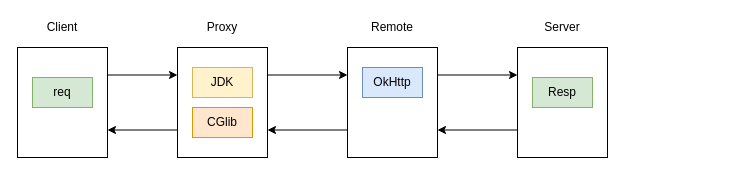
Before: jihe/rpc/oli-rpc.drawio in oliverschen/draw.io, a draw.io diagram. Source tidied: cells renumbered, new cells numbered last; positions are measured from the earlier drawing's top-left corner, leaving out a move shared by most shapes. Both pictures are drawn from the tidied source at 100%, with x=0, y=0 at pixel (17, 17).
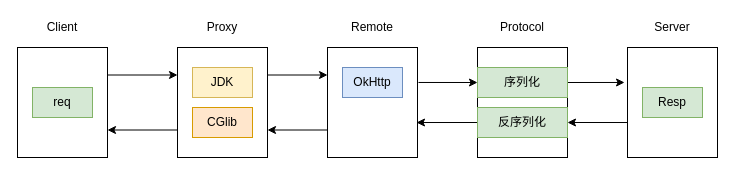
After the change.

The edit, as a diff of the source:
```diff
@@
+    <mxCell id="21" style="rounded=0;whiteSpace=wrap;html=1;" parent="1" vertex="1">
+      <mxGeometry x="460" y="30" width="90" height="110" as="geometry" />
+    </mxCell>
@@
     <mxCell id="4" value="req" style="rounded=0;whiteSpace=wrap;html=1;fillColor=#d5e8d4;strokeColor=#82b366;" parent="1" vertex="1">
-      <mxGeometry x="15" y="60" width="60" height="30" as="geometry" />
+      <mxGeometry x="15" y="70" width="60" height="30" as="geometry" />
     </mxCell>
@@
-    <mxCell id="12" style="edgeStyle=orthogonalEdgeStyle;rounded=0;jettySize=auto;html=1;exitX=1;exitY=0.25;exitDx=0;exitDy=0;entryX=0;entryY=0.25;entryDx=0;entryDy=0;" parent="1" edge="1" source="14" target="18">
-      <mxGeometry relative="1" as="geometry" />
-    </mxCell>
@@
+    <mxCell id="22" style="edgeStyle=orthogonalEdgeStyle;rounded=0;jettySize=auto;html=1;exitX=1.011;exitY=0.318;exitDx=0;exitDy=0;entryX=0;entryY=0.5;entryDx=0;entryDy=0;exitPerimeter=0;" parent="1" edge="1" source="14" target="25">
+      <mxGeometry relative="1" as="geometry" />
+    </mxCell>
     <mxCell id="14" style="rounded=0;whiteSpace=wrap;html=1;" parent="1" vertex="1">
-      <mxGeometry x="330" y="30" width="90" height="110" as="geometry" />
+      <mxGeometry x="310" y="30" width="90" height="110" as="geometry" />
     </mxCell>
     <mxCell id="15" value="Remote" style="text;html=1;strokeColor=none;fillColor=none;align=center;verticalAlign=middle;whiteSpace=wrap;rounded=0;" parent="1" vertex="1">
-      <mxGeometry x="355" width="40" height="20" as="geometry" />
+      <mxGeometry x="335" width="40" height="20" as="geometry" />
     </mxCell>
     <mxCell id="16" value="OkHttp" style="rounded=0;whiteSpace=wrap;html=1;fillColor=#dae8fc;strokeColor=#6c8ebf;" parent="1" vertex="1">
-      <mxGeometry x="345" y="50" width="60" height="30" as="geometry" />
+      <mxGeometry x="325" y="50" width="60" height="30" as="geometry" />
     </mxCell>
-    <mxCell id="17" style="edgeStyle=orthogonalEdgeStyle;rounded=0;jettySize=auto;html=1;exitX=0;exitY=0.75;exitDx=0;exitDy=0;entryX=1;entryY=0.75;entryDx=0;entryDy=0;" parent="1" edge="1" source="18" target="14">
-      <mxGeometry relative="1" as="geometry" />
-    </mxCell>
+    <mxCell id="23" style="edgeStyle=orthogonalEdgeStyle;rounded=0;jettySize=auto;html=1;exitX=0.011;exitY=0.682;exitDx=0;exitDy=0;entryX=1;entryY=0.5;entryDx=0;entryDy=0;exitPerimeter=0;" parent="1" edge="1" source="18" target="27">
+      <mxGeometry relative="1" as="geometry" />
+    </mxCell>
     <mxCell id="18" style="rounded=0;whiteSpace=wrap;html=1;" parent="1" vertex="1">
-      <mxGeometry x="500" y="30" width="90" height="110" as="geometry" />
+      <mxGeometry x="610" y="30" width="90" height="110" as="geometry" />
     </mxCell>
     <mxCell id="19" value="Server" style="text;html=1;strokeColor=none;fillColor=none;align=center;verticalAlign=middle;whiteSpace=wrap;rounded=0;" parent="1" vertex="1">
-      <mxGeometry x="525" width="40" height="20" as="geometry" />
+      <mxGeometry x="635" width="40" height="20" as="geometry" />
     </mxCell>
     <mxCell id="20" value="Resp" style="rounded=0;whiteSpace=wrap;html=1;fillColor=#d5e8d4;strokeColor=#82b366;" parent="1" vertex="1">
-      <mxGeometry x="515" y="60" width="60" height="30" as="geometry" />
+      <mxGeometry x="625" y="70" width="60" height="30" as="geometry" />
     </mxCell>
+    <mxCell id="24" style="edgeStyle=orthogonalEdgeStyle;rounded=0;jettySize=auto;html=1;exitX=1;exitY=0.5;exitDx=0;exitDy=0;entryX=-0.033;entryY=0.318;entryDx=0;entryDy=0;entryPerimeter=0;" parent="1" edge="1" source="25" target="18">
+      <mxGeometry relative="1" as="geometry" />
+    </mxCell>
+    <mxCell id="25" value="序列化" style="rounded=0;whiteSpace=wrap;html=1;fillColor=#d5e8d4;strokeColor=#82b366;" parent="1" vertex="1">
+      <mxGeometry x="460" y="50" width="90" height="30" as="geometry" />
+    </mxCell>
+    <mxCell id="26" style="edgeStyle=orthogonalEdgeStyle;rounded=0;jettySize=auto;html=1;exitX=0;exitY=0.5;exitDx=0;exitDy=0;entryX=0.989;entryY=0.682;entryDx=0;entryDy=0;entryPerimeter=0;" parent="1" edge="1" source="27" target="14">
+      <mxGeometry relative="1" as="geometry" />
+    </mxCell>
+    <mxCell id="27" value="反序列化" style="rounded=0;whiteSpace=wrap;html=1;fillColor=#d5e8d4;strokeColor=#82b366;" parent="1" vertex="1">
+      <mxGeometry x="460" y="90" width="90" height="30" as="geometry" />
+    </mxCell>
+    <mxCell id="28" value="Protocol" style="text;html=1;strokeColor=none;fillColor=none;align=center;verticalAlign=middle;whiteSpace=wrap;rounded=0;" parent="1" vertex="1">
+      <mxGeometry x="485" width="40" height="20" as="geometry" />
+    </mxCell>
```
